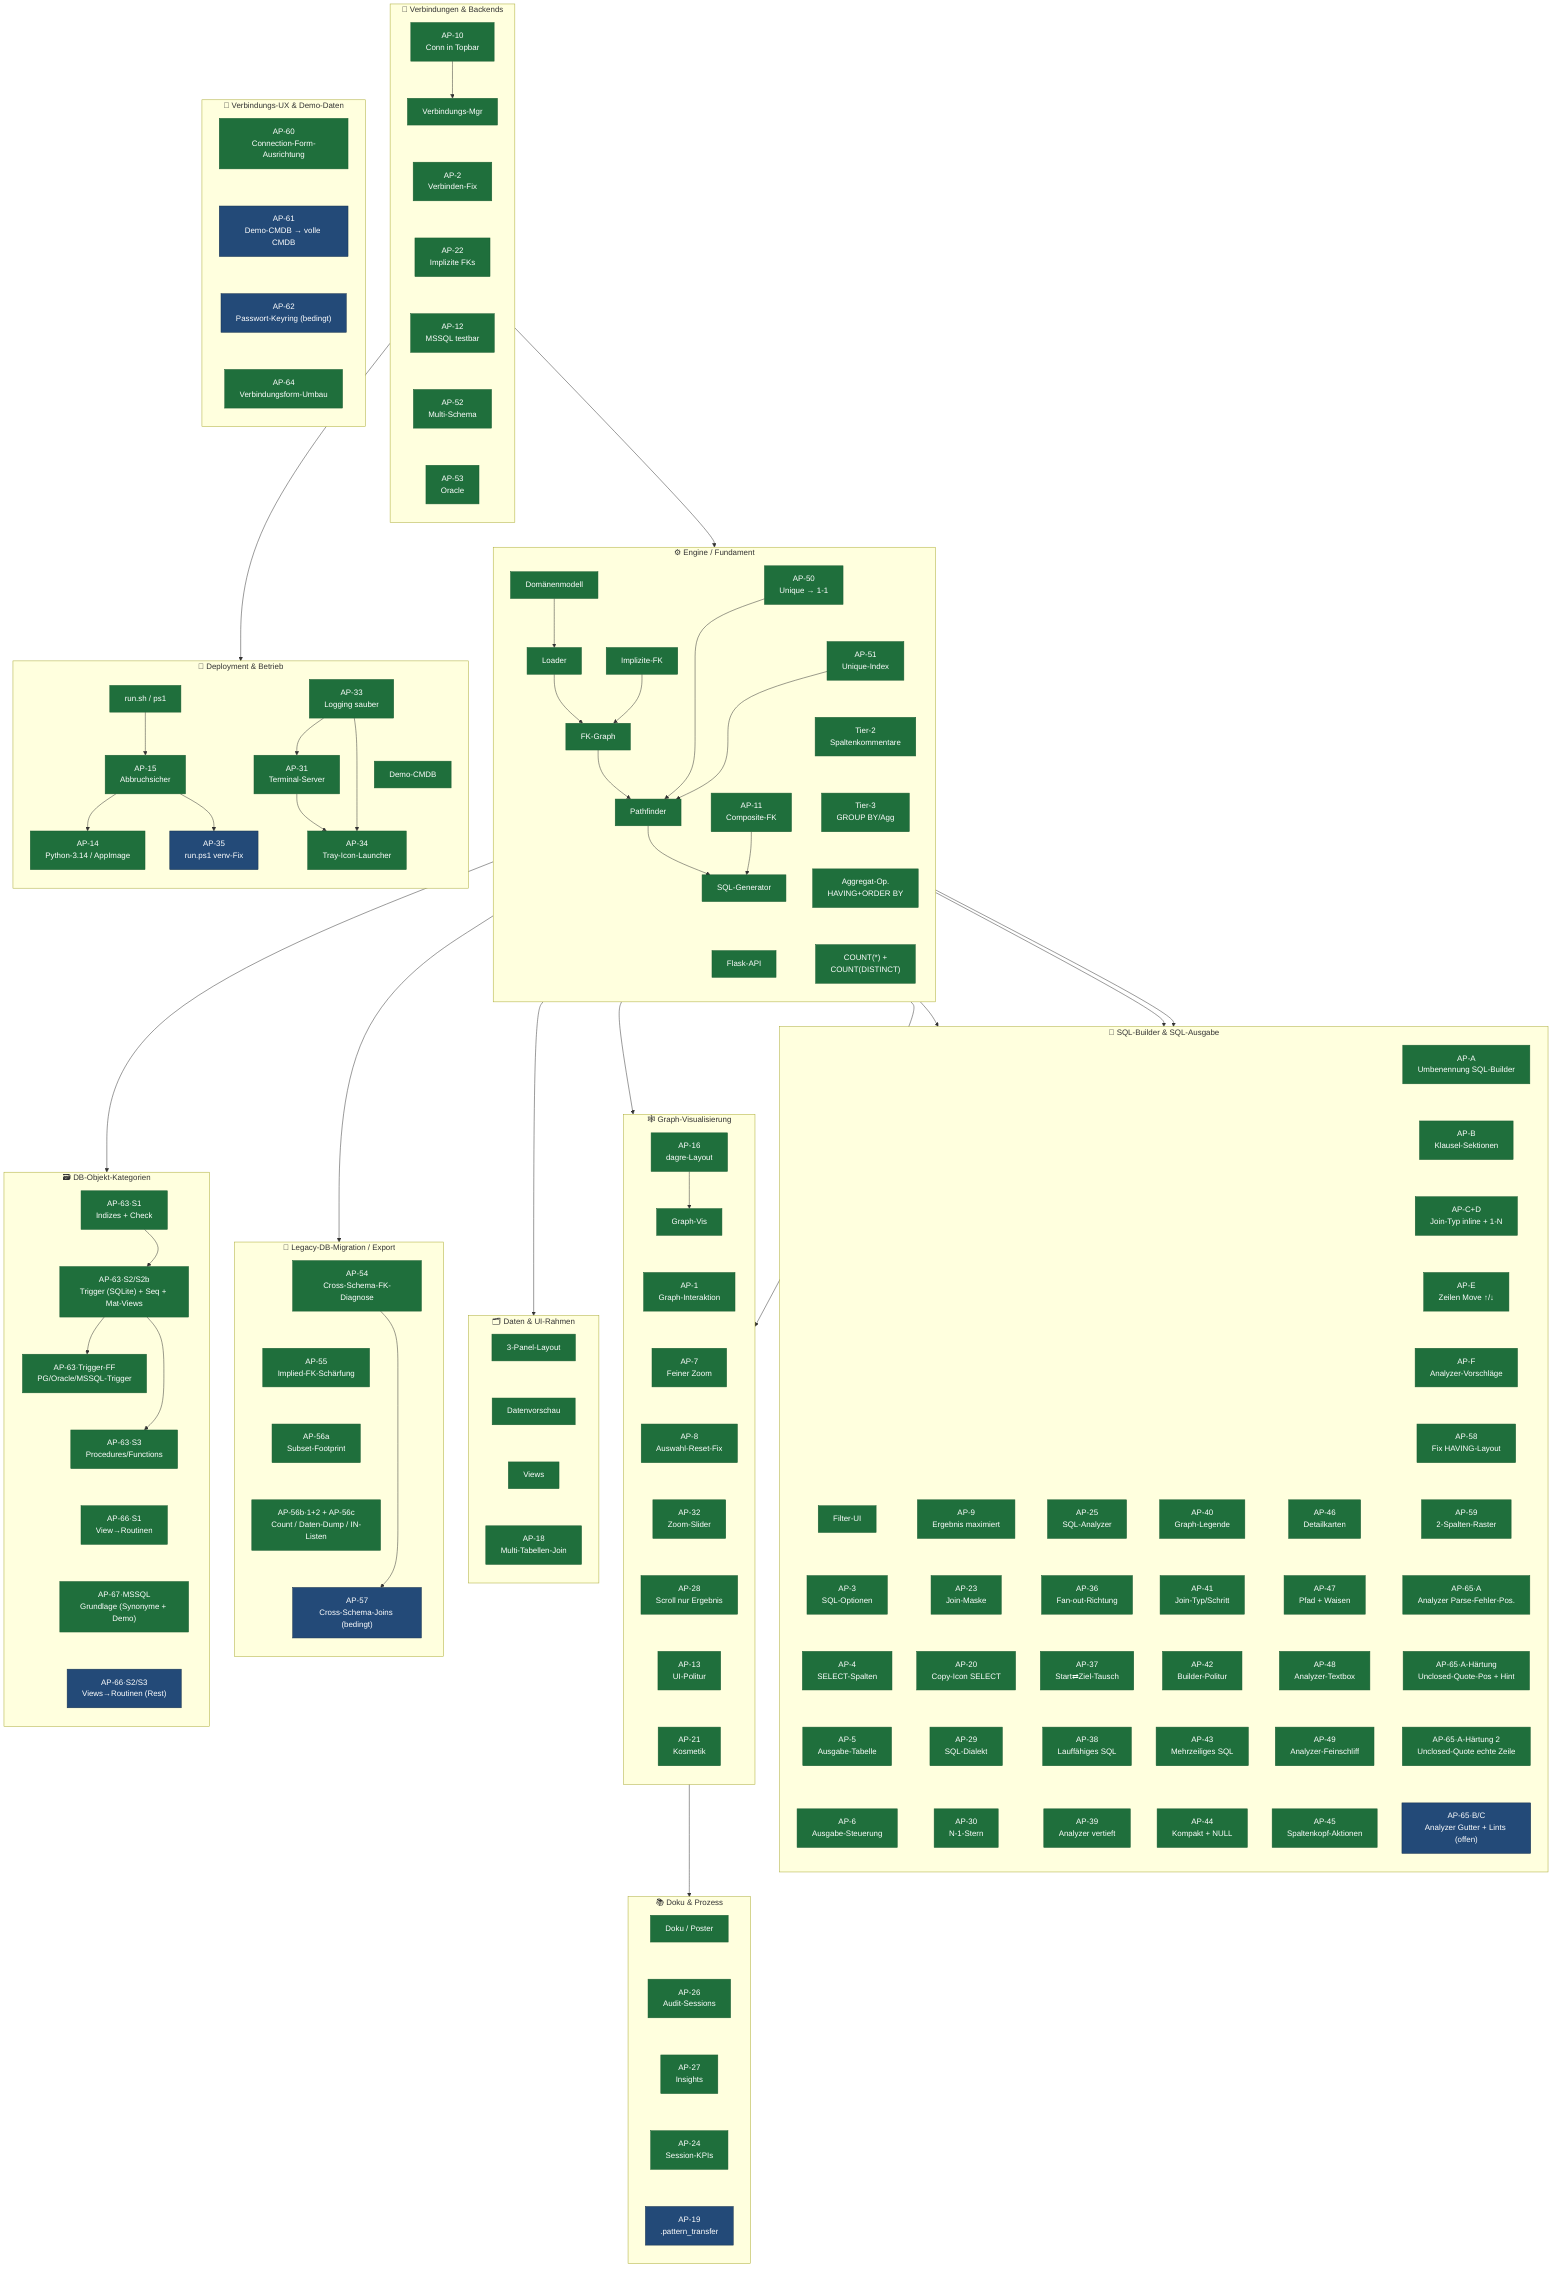
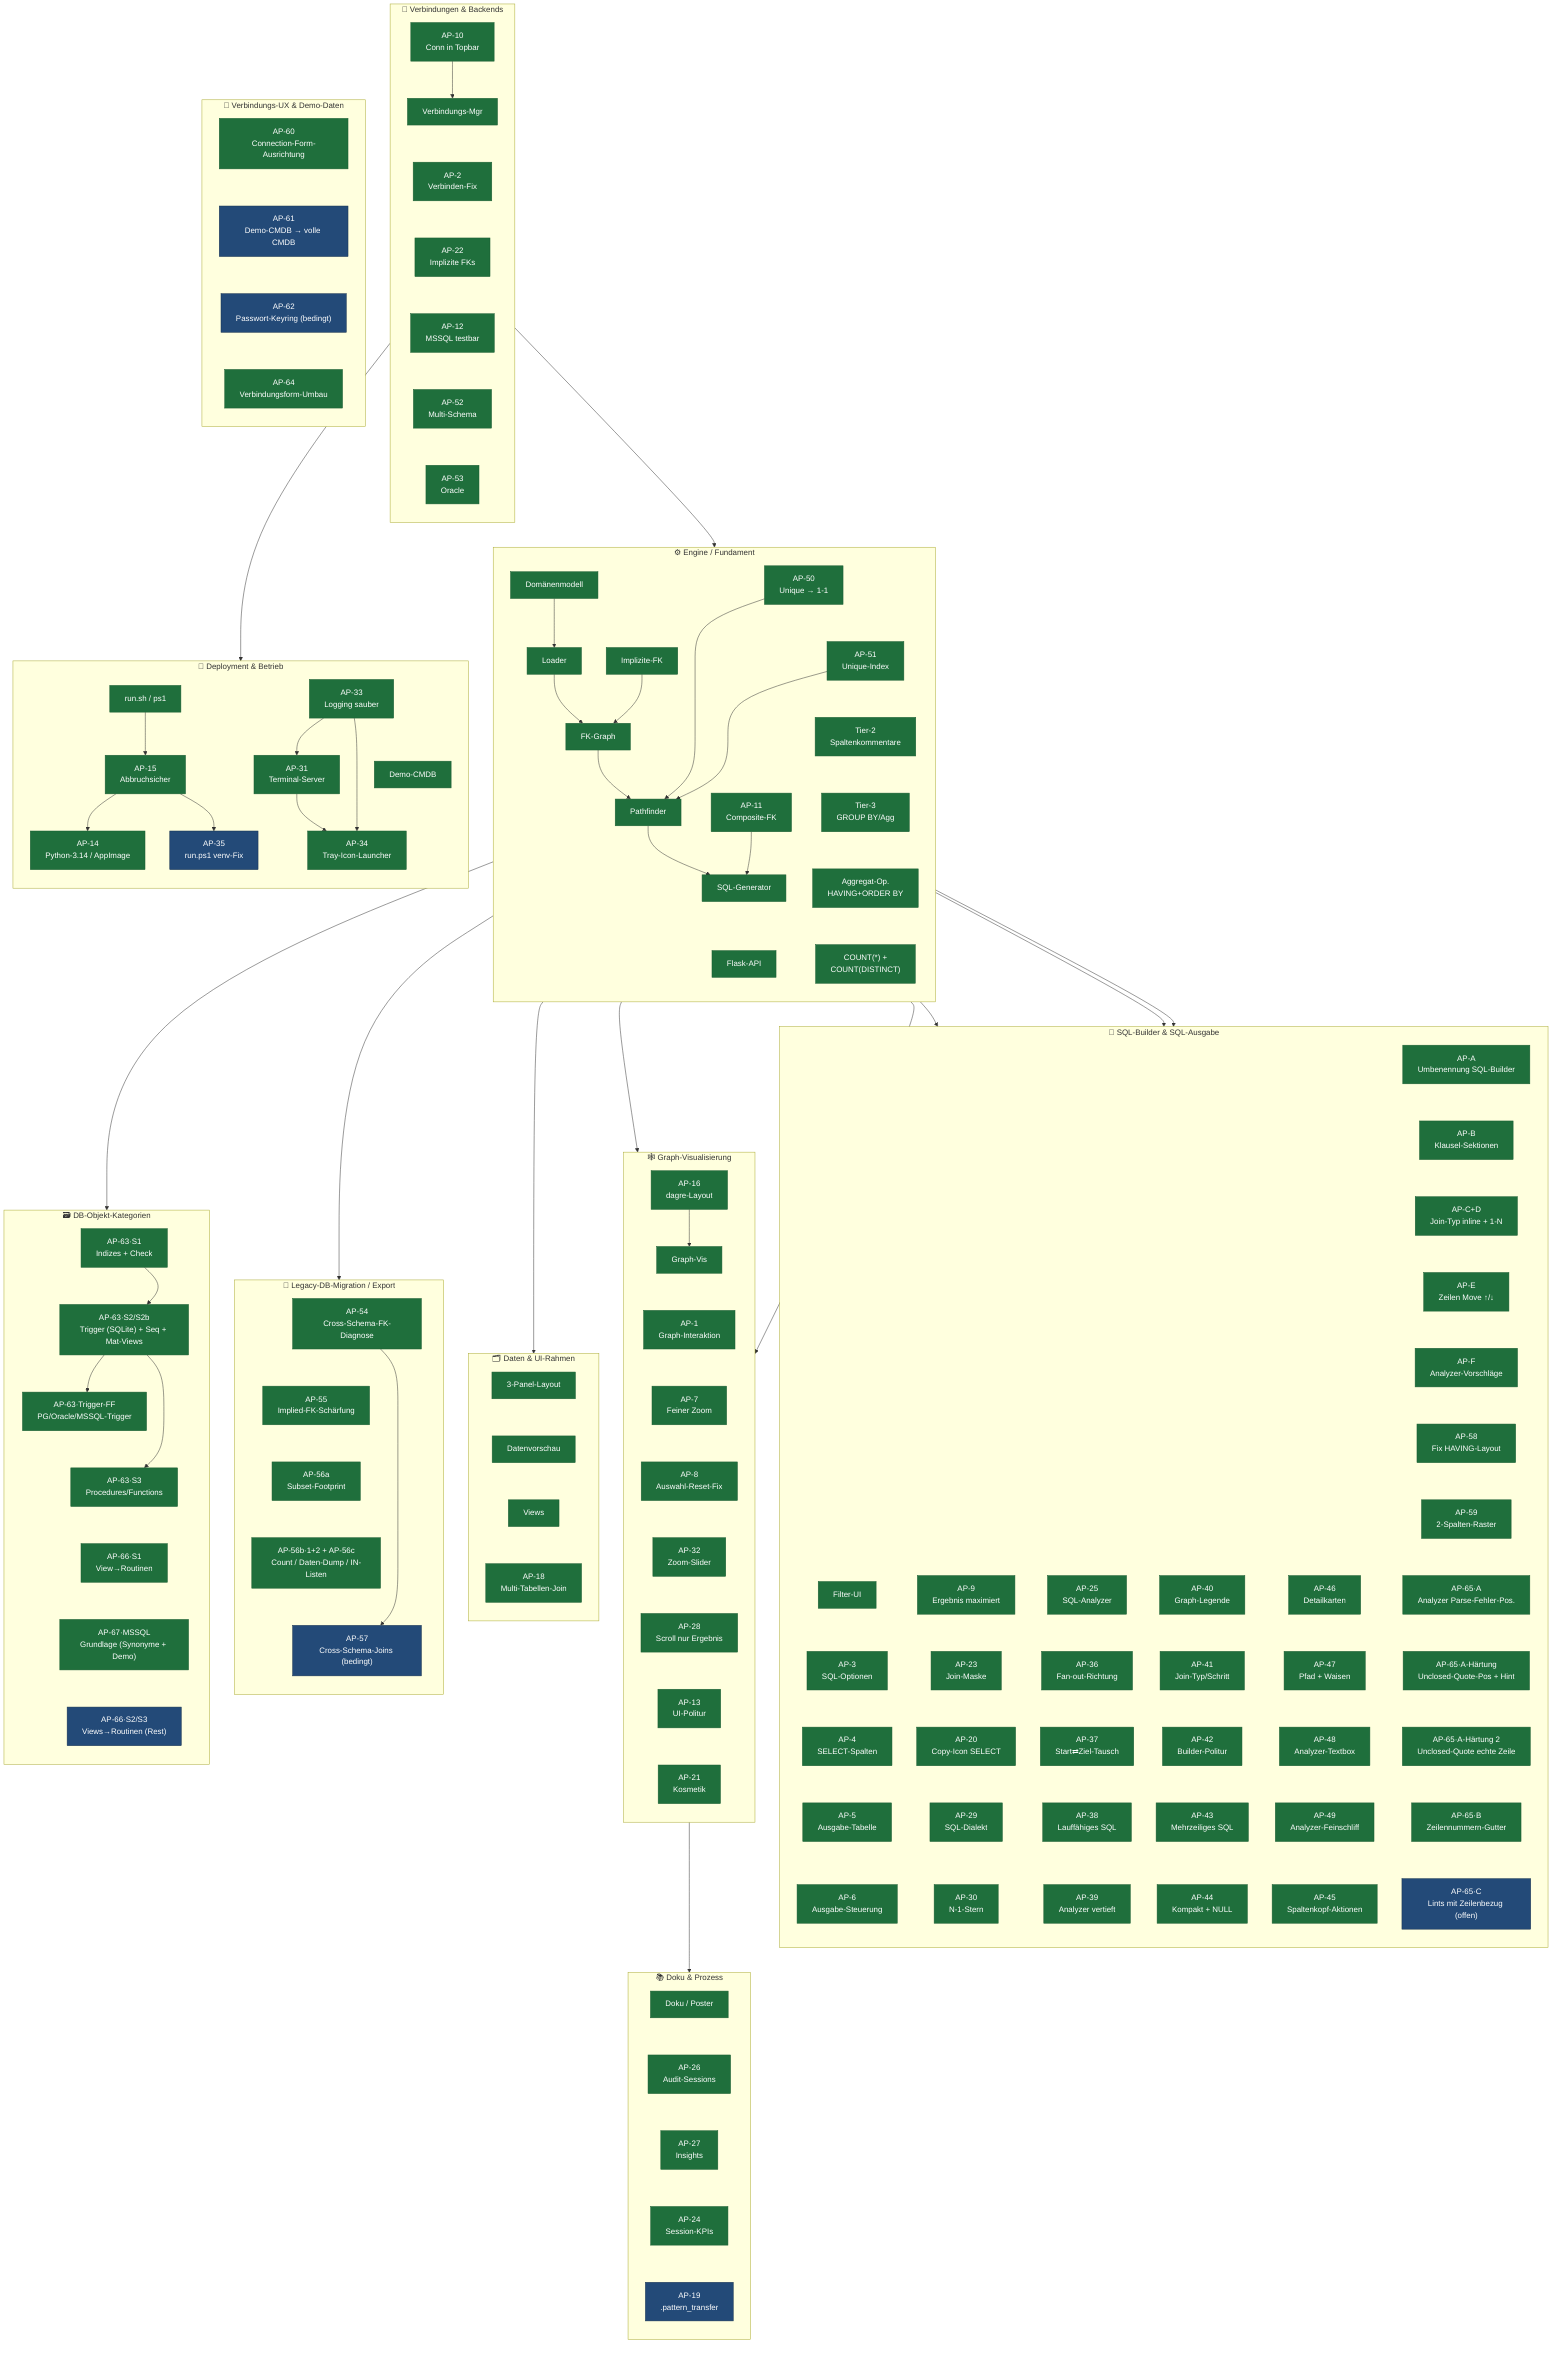
flowchart TB
    classDef done fill:#1f6f3c,color:#fff,stroke:#1a5c32,stroke-width:1px
    classDef plan fill:#234a78,color:#fff,stroke:#16314f,stroke-width:1px

    %% ── C1 · Engine / Fundament ──────────────────────────────────────────
    subgraph C1["⚙️  Engine / Fundament"]
        direction TB
        E1["Domänenmodell"]
        E2["Loader"]
        E3["FK-Graph"]
        E4["Pathfinder"]
        E5["SQL-Generator"]
        E6["Flask-API"]
        E7["AP-11\nComposite-FK"]
        E8["Implizite-FK"]
        E9["AP-50\nUnique → 1-1"]
        E10["AP-51\nUnique-Index"]
        E11["Tier-2\nSpaltenkommentare"]
        E12["Tier-3\nGROUP BY/Agg"]
        E13["Aggregat-Op.\nHAVING+ORDER BY"]
        E14["COUNT(*) +\nCOUNT(DISTINCT)"]
        E1 --> E2 --> E3 --> E4 --> E5
        E7 --> E5
        E8 --> E3
        E9 --> E4
        E10 --> E4
        E5 ~~~ E6
        E9 ~~~ E10
        E10 ~~~ E11
        E11 ~~~ E12
        E12 ~~~ E13
        E13 ~~~ E14
    end

    %% ── C2 · Verbindungen & Backends ─────────────────────────────────────
    subgraph C2["🔌  Verbindungen & Backends"]
        direction TB
        V1["Verbindungs-Mgr"]
        V2["AP-2\nVerbinden-Fix"]
        V3["AP-10\nConn in Topbar"]
        V4["AP-12\nMSSQL testbar"]
        V5["AP-22\nImplizite FKs"]
        V6["AP-52\nMulti-Schema"]
        V7["AP-53\nOracle"]
        V3 --> V1
        V1 ~~~ V2 ~~~ V5 ~~~ V4 ~~~ V6 ~~~ V7
    end

    %% ── C3 · SQL-Builder & SQL-Ausgabe ──────────────────────────────────
    subgraph C3["🧩  SQL-Builder & SQL-Ausgabe"]
        direction TB
        J1["Filter-UI"]
        J2["AP-3\nSQL-Optionen"]
        J3["AP-4\nSELECT-Spalten"]
        J4["AP-5\nAusgabe-Tabelle"]
        J5["AP-6\nAusgabe-Steuerung"]
        J6["AP-9\nErgebnis maximiert"]
        J7["AP-23\nJoin-Maske"]
        J8["AP-20\nCopy-Icon SELECT"]
        J9["AP-29\nSQL-Dialekt"]
        J10["AP-30\nN-1-Stern"]
        J11["AP-25\nSQL-Analyzer"]
        J12["AP-36\nFan-out-Richtung"]
        J13["AP-37\nStart⇄Ziel-Tausch"]
        J14["AP-38\nLauffähiges SQL"]
        J15["AP-39\nAnalyzer vertieft"]
        J16["AP-40\nGraph-Legende"]
        J17["AP-41\nJoin-Typ/Schritt"]
        J18["AP-42\nBuilder-Politur"]
        J19["AP-43\nMehrzeiliges SQL"]
        J20["AP-44\nKompakt + NULL"]
        J21["AP-46\nDetailkarten"]
        J22["AP-47\nPfad + Waisen"]
        J23["AP-48\nAnalyzer-Textbox"]
        J24["AP-49\nAnalyzer-Feinschliff"]
        J25["AP-45\nSpaltenkopf-Aktionen"]
        J26["AP-A\nUmbenennung SQL-Builder"]
        J27["AP-B\nKlausel-Sektionen"]
        J28["AP-C+D\nJoin-Typ inline + 1-N"]
        J29["AP-E\nZeilen Move ↑/↓"]
        J30["AP-F\nAnalyzer-Vorschläge"]
        J31["AP-58\nFix HAVING-Layout"]
        J32["AP-59\n2-Spalten-Raster"]
        J33["AP-65·A\nAnalyzer Parse-Fehler-Pos."]
        J35["AP-65·A-Härtung\nUnclosed-Quote-Pos + Hint"]
        J36["AP-65·A-Härtung 2\nUnclosed-Quote echte Zeile"]
-         J34["AP-65·B/C\nAnalyzer Gutter + Lints (offen)"]
+         J37["AP-65·B\nZeilennummern-Gutter"]
+         J34["AP-65·C\nLints mit Zeilenbezug (offen)"]
        %% In 5 parallele Spalten gepackt (statt einer 25-Boxen-Säule) → kompaktes Gitter
        J1 ~~~ J2 ~~~ J3 ~~~ J4 ~~~ J5
        J6 ~~~ J7 ~~~ J8 ~~~ J9 ~~~ J10
        J11 ~~~ J12 ~~~ J13 ~~~ J14 ~~~ J15
        J16 ~~~ J17 ~~~ J18 ~~~ J19 ~~~ J20
        J21 ~~~ J22 ~~~ J23 ~~~ J24 ~~~ J25
-         J26 ~~~ J27 ~~~ J28 ~~~ J29 ~~~ J30 ~~~ J31 ~~~ J32 ~~~ J33 ~~~ J35 ~~~ J36 ~~~ J34
+         J26 ~~~ J27 ~~~ J28 ~~~ J29 ~~~ J30 ~~~ J31 ~~~ J32 ~~~ J33 ~~~ J35 ~~~ J36 ~~~ J37 ~~~ J34
    end

    %% ── C4 · Graph-Visualisierung ────────────────────────────────────────
    subgraph C4["🕸️  Graph-Visualisierung"]
        direction TB
        G1["Graph-Vis"]
        G2["AP-1\nGraph-Interaktion"]
        G3["AP-7\nFeiner Zoom"]
        G4["AP-8\nAuswahl-Reset-Fix"]
        G5["AP-16\ndagre-Layout"]
        G6["AP-32\nZoom-Slider"]
        G7["AP-28\nScroll nur Ergebnis"]
        G8["AP-13\nUI-Politur"]
        G9["AP-21\nKosmetik"]
        G5 --> G1
        G1 ~~~ G2 ~~~ G3 ~~~ G4 ~~~ G6 ~~~ G7 ~~~ G8 ~~~ G9
    end

    %% ── C5 · Daten & UI-Rahmen ───────────────────────────────────────────
    subgraph C5["🗂️  Daten & UI-Rahmen"]
        direction TB
        D1["3-Panel-Layout"]
        D2["Datenvorschau"]
        D3["Views"]
        D4["AP-18\nMulti-Tabellen-Join"]
        D1 ~~~ D2 ~~~ D3 ~~~ D4
    end

    %% ── C6 · Deployment & Betrieb ────────────────────────────────────────
    subgraph C6["🚀  Deployment & Betrieb"]
        direction TB
        B1["Demo-CMDB"]
        B2["run.sh / ps1"]
        B3["AP-15\nAbbruchsicher"]
        B4["AP-14\nPython-3.14 / AppImage"]
        B5["AP-35\nrun.ps1 venv-Fix"]
        B7["AP-31\nTerminal-Server"]
        B8["AP-33\nLogging sauber"]
        B9["AP-34\nTray-Icon-Launcher"]
        B2 --> B3
        B3 --> B4
        B3 --> B5
        B8 --> B7
        B7 --> B9
        B8 --> B9
        B1 ~~~ B9
    end

    %% ── C7 · Doku & Prozess ──────────────────────────────────────────────
    subgraph C7["📚  Doku & Prozess"]
        direction TB
        K1["Doku / Poster"]
        K2["AP-26\nAudit-Sessions"]
        K3["AP-27\nInsights"]
        K5["AP-24\nSession-KPIs"]
        K4["AP-19\n.pattern_transfer"]
        K1 ~~~ K2 ~~~ K3 ~~~ K5 ~~~ K4
    end

    %% ── C8 · Legacy-DB-Migration / Export (geplant) ──────────────────────
    subgraph C8["🧬  Legacy-DB-Migration / Export"]
        direction TB
        M1["AP-54\nCross-Schema-FK-Diagnose"]
        M2["AP-55\nImplied-FK-Schärfung"]
        M3["AP-56a\nSubset-Footprint"]
        M3b["AP-56b·1+2 + AP-56c\nCount / Daten-Dump / IN-Listen"]
        M4["AP-57\nCross-Schema-Joins (bedingt)"]
        M1 ~~~ M2 ~~~ M3 ~~~ M3b ~~~ M4
    end

    %% ── C9 · DB-Objekt-Kategorien (geplant) ──────────────────────────────
    subgraph C9["🗃️  DB-Objekt-Kategorien"]
        direction TB
        O1["AP-63·S1\nIndizes + Check"]
        O2["AP-63·S2/S2b\nTrigger (SQLite) + Seq + Mat-Views"]
        O2b["AP-63·Trigger-FF\nPG/Oracle/MSSQL-Trigger"]
        O3["AP-63·S3\nProcedures/Functions"]
        O4["AP-66·S1\nView→Routinen"]
        O5["AP-67·MSSQL\nGrundlage (Synonyme + Demo)"]
        O4b["AP-66·S2/S3\nViews→Routinen (Rest)"]
        O1 ~~~ O2 ~~~ O2b ~~~ O3 ~~~ O4 ~~~ O5 ~~~ O4b
    end

    %% ── C10 · Verbindungs-UX & Demo-Daten (geplant) ──────────────────────
    subgraph C10["🔧  Verbindungs-UX & Demo-Daten"]
        direction TB
        P1["AP-60\nConnection-Form-Ausrichtung"]
        P2["AP-61\nDemo-CMDB → volle CMDB"]
        P3["AP-62\nPasswort-Keyring (bedingt)"]
        P4["AP-64\nVerbindungsform-Umbau"]
        P1 ~~~ P2 ~~~ P3 ~~~ P4
    end

    %% ── Cluster-übergreifende Abhängigkeiten ─────────────────────────────
    V1 --> E2
    M1 --> M4
    E2 --> M1
    E2 --> O1
    O1 --> O2 --> O2b
    O2 --> O3
    E5 --> J1
    E5 --> J9
    E5 --> J11
    E4 --> G2
    E3 --> G1
    E6 --> D1
    V4 --> B7
    G5 --> K2

    class E1,E2,E3,E4,E5,E6,E7,E8,E9,E10,E11,E12,E13,E14 done
    class V1,V2,V3,V4,V5,V6,V7 done
-     class J1,J2,J3,J4,J5,J6,J7,J8,J9,J10,J11,J12,J13,J14,J15,J16,J17,J18,J19,J20,J21,J22,J23,J24,J25,J26,J27,J28,J29,J30,J31,J32,J33,J35,J36 done
+     class J1,J2,J3,J4,J5,J6,J7,J8,J9,J10,J11,J12,J13,J14,J15,J16,J17,J18,J19,J20,J21,J22,J23,J24,J25,J26,J27,J28,J29,J30,J31,J32,J33,J35,J36,J37 done
    class G1,G2,G3,G4,G5,G6,G7,G8,G9 done
    class D1,D2,D3,D4 done
    class B1,B2,B3,B4,B7,B8,B9 done
    class B5 plan
    class K1,K2,K3,K5 done
    class K4 plan
    class M3,M3b done
    class M4 plan
    class M2 done
    class M1 done
    class O1,O2,O2b,O3,O4,O5 done
    class O4b plan
    class P2,P3 plan
    class P1,P4 done
    class J34 plan
